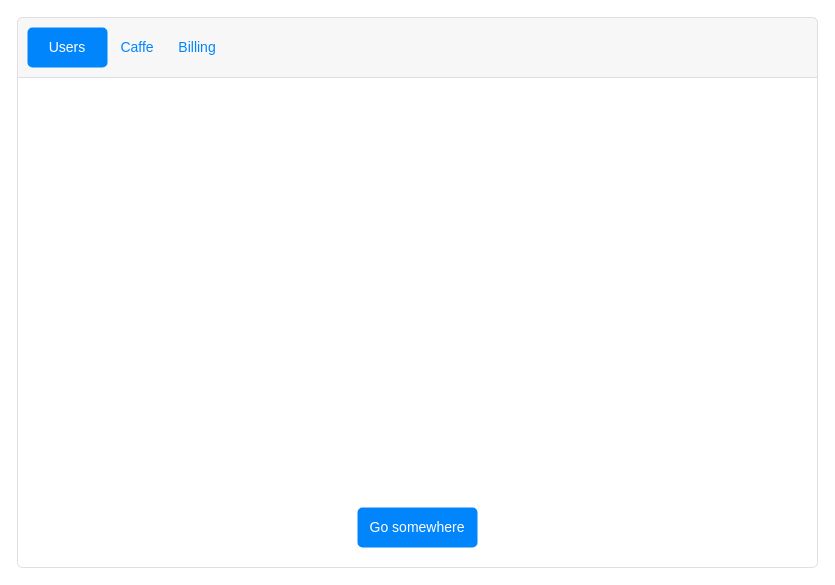
Earlier version of the draw.io diagram page "Sketch" (2 of 2) of Owner_useCase.drawio (perandr/horeca). Source tidied: cells renumbered, new cells numbered last; positions are measured from the earlier drawing's top-left corner, leaving out a move shared by most shapes. Both pictures are drawn from the tidied source at 100%, with x=0, y=0 at pixel (17, 17).
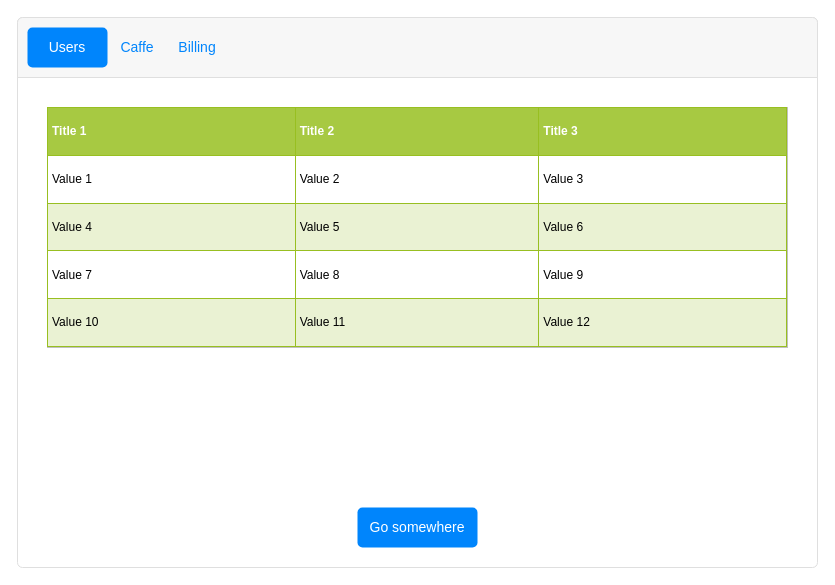
After the change.

Diff of the diagram source:
```diff
@@
 <mxGraphModel>
   <root>
     <mxCell id="0" />
     <mxCell id="1" parent="0" />
     <mxCell id="2" style="html=1;shadow=0;dashed=0;shape=mxgraph.bootstrap.rrect;rSize=5;strokeColor=#DFDFDF;html=1;whiteSpace=wrap;fillColor=#FFFFFF;fontColor=#000000;" parent="1" vertex="1">
       <mxGeometry width="800" height="550" as="geometry" />
     </mxCell>
     <mxCell id="3" style="html=1;shadow=0;dashed=0;shape=mxgraph.bootstrap.topButton;strokeColor=inherit;fillColor=#F7F7F7;rSize=5;perimeter=none;whiteSpace=wrap;align=center;spacing=20;fontSize=14;" parent="2" vertex="1">
       <mxGeometry width="800" height="60" relative="1" as="geometry" />
     </mxCell>
     <mxCell id="4" value="Users" style="html=1;shadow=0;dashed=0;shape=mxgraph.bootstrap.rrect;arcSize=5;strokeColor=none;fillColor=#0085FC;rSize=5;perimeter=none;whiteSpace=wrap;align=center;spacing=20;fontSize=14;fontColor=#ffffff;" parent="2" vertex="1">
       <mxGeometry width="80" height="40" relative="1" as="geometry">
         <mxPoint x="10" y="10" as="offset" />
       </mxGeometry>
     </mxCell>
     <mxCell id="5" value="Caffe" style="strokeColor=none;fillColor=none;rSize=5;perimeter=none;whiteSpace=wrap;align=center;spacing=20;fontSize=14;fontColor=#0085FC;" parent="2" vertex="1">
       <mxGeometry width="50" height="40" relative="1" as="geometry">
         <mxPoint x="95" y="10" as="offset" />
       </mxGeometry>
     </mxCell>
     <mxCell id="6" value="Go somewhere" style="html=1;shadow=0;dashed=0;shape=mxgraph.bootstrap.rrect;rSize=5;perimeter=none;whiteSpace=wrap;align=center;fillColor=#0085FC;strokeColor=none;fontColor=#ffffff;fontSize=14;" parent="2" vertex="1">
       <mxGeometry x="0.5" y="1" width="120" height="40" relative="1" as="geometry">
         <mxPoint x="-60" y="-60" as="offset" />
       </mxGeometry>
     </mxCell>
     <mxCell id="7" value="Billing" style="strokeColor=none;fillColor=none;rSize=5;perimeter=none;whiteSpace=wrap;align=center;spacing=20;fontSize=14;fontColor=#0085FC;" parent="2" vertex="1">
       <mxGeometry width="50" height="40" relative="1" as="geometry">
         <mxPoint x="155" y="10" as="offset" />
       </mxGeometry>
     </mxCell>
+    <mxCell id="8" value="&lt;table border=&quot;1&quot; width=&quot;100%&quot; height=&quot;100%&quot; cellpadding=&quot;4&quot; style=&quot;width:100%;height:100%;border-collapse:collapse;&quot;&gt;&lt;tr style=&quot;background-color:#A7C942;color:#ffffff;border:1px solid #98bf21;&quot;&gt;&lt;th align=&quot;left&quot;&gt;Title 1&lt;/th&gt;&lt;th align=&quot;left&quot;&gt;Title 2&lt;/th&gt;&lt;th align=&quot;left&quot;&gt;Title 3&lt;/th&gt;&lt;/tr&gt;&lt;tr style=&quot;border:1px solid #98bf21;&quot;&gt;&lt;td&gt;Value 1&lt;/td&gt;&lt;td&gt;Value 2&lt;/td&gt;&lt;td&gt;Value 3&lt;/td&gt;&lt;/tr&gt;&lt;tr style=&quot;background-color:#EAF2D3;border:1px solid #98bf21;&quot;&gt;&lt;td&gt;Value 4&lt;/td&gt;&lt;td&gt;Value 5&lt;/td&gt;&lt;td&gt;Value 6&lt;/td&gt;&lt;/tr&gt;&lt;tr style=&quot;border:1px solid #98bf21;&quot;&gt;&lt;td&gt;Value 7&lt;/td&gt;&lt;td&gt;Value 8&lt;/td&gt;&lt;td&gt;Value 9&lt;/td&gt;&lt;/tr&gt;&lt;tr style=&quot;background-color:#EAF2D3;border:1px solid #98bf21;&quot;&gt;&lt;td&gt;Value 10&lt;/td&gt;&lt;td&gt;Value 11&lt;/td&gt;&lt;td&gt;Value 12&lt;/td&gt;&lt;/tr&gt;&lt;/table&gt;" style="text;html=1;strokeColor=#c0c0c0;fillColor=#ffffff;overflow=fill;rounded=0;" parent="2" vertex="1">
+      <mxGeometry x="30" y="90" width="740" height="240" as="geometry" />
+    </mxCell>
   </root>
 </mxGraphModel>
```
